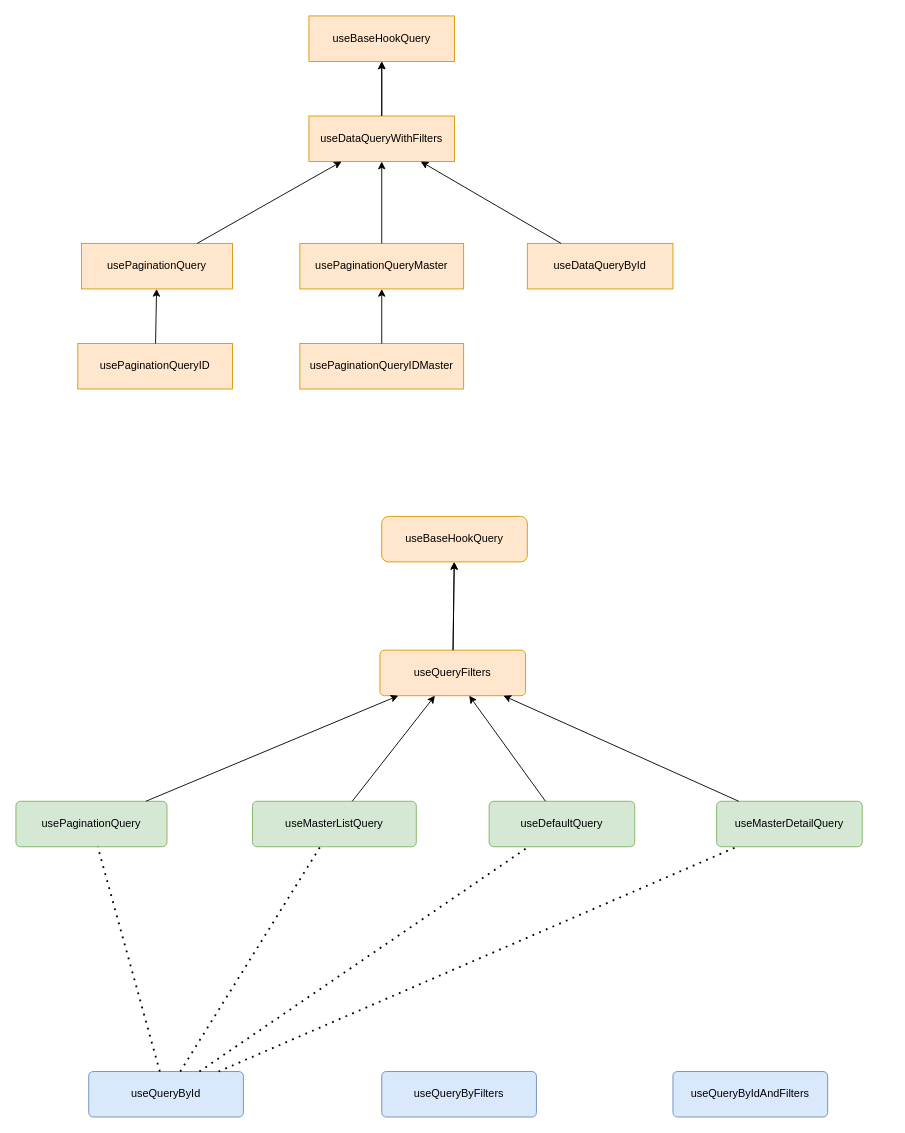
The draw.io diagram Diagrama sin título.drawio in gamboacarlos/preview-test, before the edit. Source tidied: cells renumbered, new cells numbered last; positions are measured from the earlier drawing's top-left corner, leaving out a move shared by most shapes. Both pictures are drawn from the tidied source at 91%, with x=0, y=0 at pixel (15, 15).
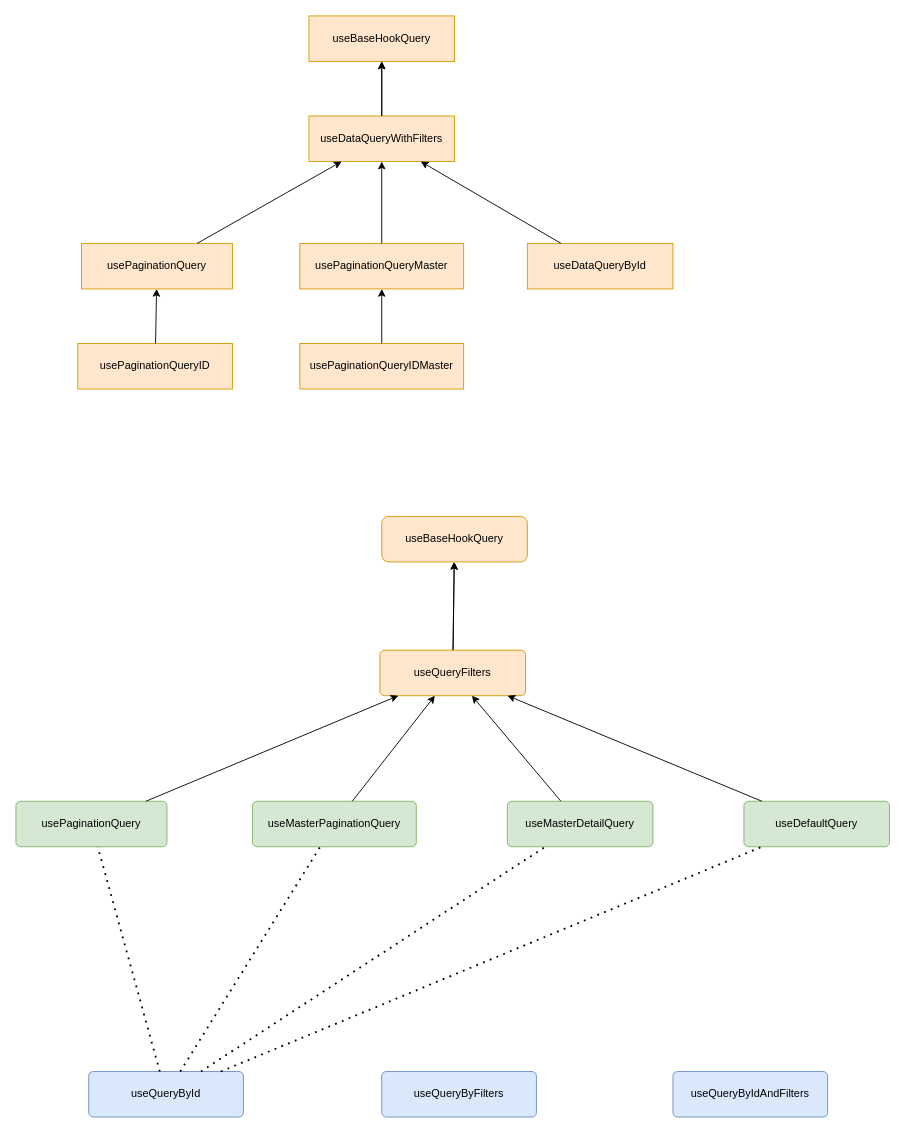
The same page after the edit.

The edit, as a diff of the source:
```diff
@@
-    <mxCell id="22" value="useMasterListQuery" style="rounded=1;whiteSpace=wrap;html=1;fontSize=12;glass=0;strokeWidth=1;shadow=0;arcSize=10;fillColor=#d5e8d4;strokeColor=#82b366;" parent="1" vertex="1">
+    <mxCell id="22" value="useMasterPaginationQuery" style="rounded=1;whiteSpace=wrap;html=1;fontSize=12;glass=0;strokeWidth=1;shadow=0;arcSize=10;fillColor=#d5e8d4;strokeColor=#82b366;" parent="1" vertex="1">
       <mxGeometry x="260" y="863" width="180" height="50" as="geometry" />
     </mxCell>
     <mxCell id="23" value="useMasterDetailQuery" style="rounded=1;whiteSpace=wrap;html=1;fontSize=12;glass=0;strokeWidth=1;shadow=0;arcSize=10;fillColor=#d5e8d4;strokeColor=#82b366;" parent="1" vertex="1">
-      <mxGeometry x="770" y="863" width="160" height="50" as="geometry" />
+      <mxGeometry x="540" y="863" width="160" height="50" as="geometry" />
     </mxCell>
@@
     <mxCell id="27" value="useDefaultQuery" style="rounded=1;whiteSpace=wrap;html=1;fontSize=12;glass=0;strokeWidth=1;shadow=0;arcSize=10;fillColor=#d5e8d4;strokeColor=#82b366;" parent="1" vertex="1">
-      <mxGeometry x="520" y="863" width="160" height="50" as="geometry" />
+      <mxGeometry x="800" y="863" width="160" height="50" as="geometry" />
     </mxCell>
```
